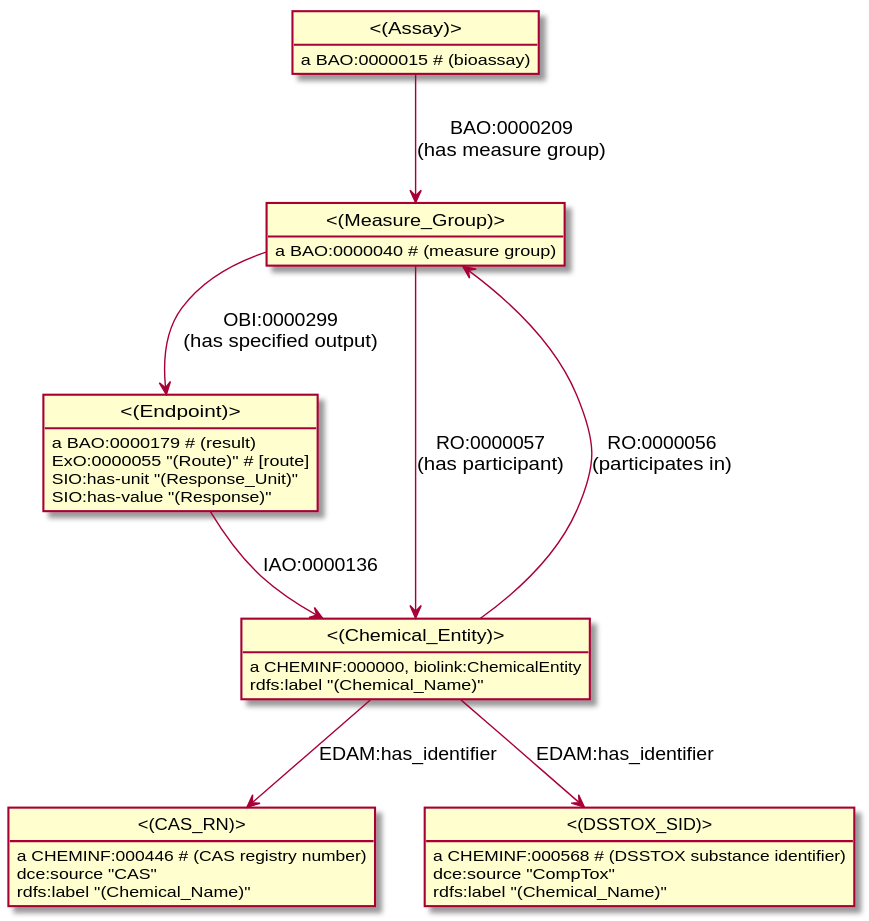
Earlier version of the PlantUML export puml/mapping_0.svg (biobricks-ai/biobricks-okg).
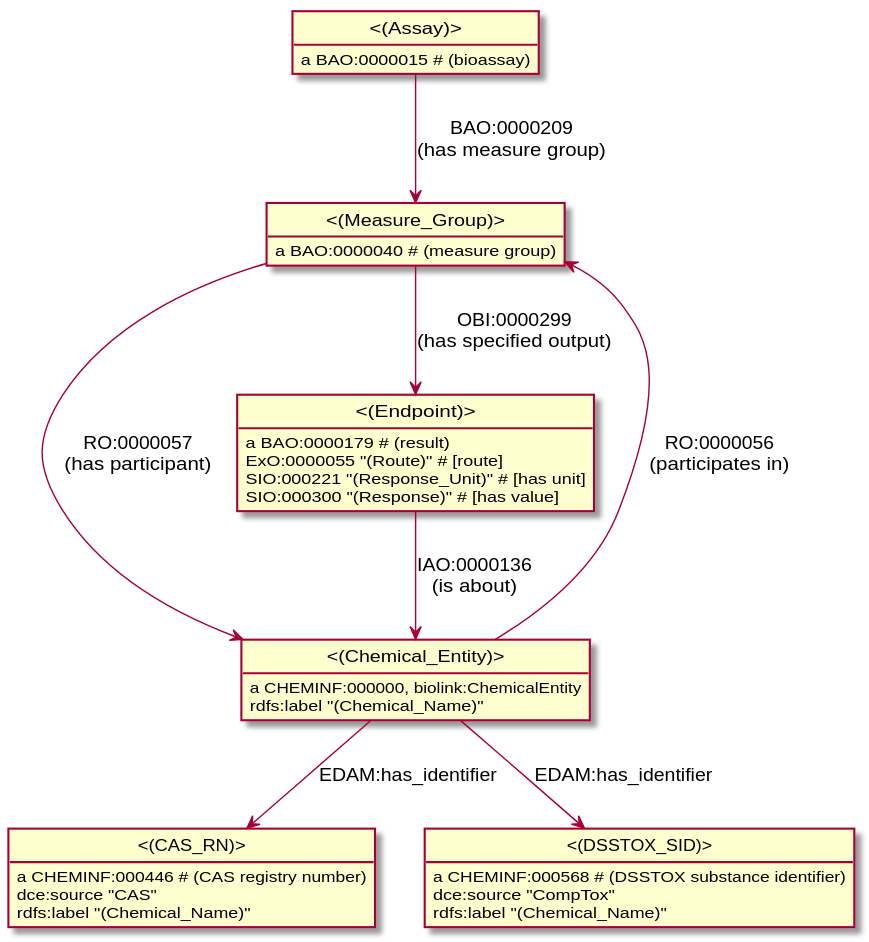
After the commit.

The edit, as a diff of the source:
```diff
@@ -6,27 +6,27 @@
 _Assay_ : {field} a BAO:0000015 # (bioassay)
 class _Measure_Group_ as "<(Measure_Group)>"
 _Assay_ -down-> _Measure_Group_ : BAO:0000209\n(has measure group)
+class _Chemical_Entity_ as "<(Chemical_Entity)>"
+_Chemical_Entity_ : {field} a CHEMINF:000000, biolink:ChemicalEntity
+class _CAS_RN_ as "<(CAS_RN)>"
+_Chemical_Entity_ -down-> _CAS_RN_ : EDAM:has_identifier
+class _DSSTOX_SID_ as "<(DSSTOX_SID)>"
+_Chemical_Entity_ -down-> _DSSTOX_SID_ : EDAM:has_identifier
+_Chemical_Entity_ -down-> _Measure_Group_ : RO:0000056\n(participates in)
+_Chemical_Entity_ : {field} rdfs:label "(Chemical_Name)"
+_CAS_RN_ : {field} a CHEMINF:000446 # (CAS registry number)
+_CAS_RN_ : {field} dce:source "CAS"
+_CAS_RN_ : {field} rdfs:label "(Chemical_Name)"
 _Measure_Group_ : {field} a BAO:0000040 # (measure group)
 class _Endpoint_ as "<(Endpoint)>"
 _Measure_Group_ -down-> _Endpoint_ : OBI:0000299\n(has specified output)
-class _Chemical_Entity_ as "<(Chemical_Entity)>"
 _Measure_Group_ -down-> _Chemical_Entity_ : RO:0000057\n(has participant)
-_Endpoint_ : {field} a BAO:0000179 # (result)
-_Endpoint_ -down-> _Chemical_Entity_ : IAO:0000136
-_Endpoint_ : {field} ExO:0000055 "(Route)" # [route]
-_Endpoint_ : {field} SIO:has-unit "(Response_Unit)"
-_Endpoint_ : {field} SIO:has-value "(Response)"
-class _CAS_RN_ as "<(CAS_RN)>"
-_CAS_RN_ : {field} a CHEMINF:000446 # (CAS registry number)
-_CAS_RN_ : {field} dce:source "CAS"
-_CAS_RN_ : {field} rdfs:label "(Chemical_Name)"
-_Chemical_Entity_ : {field} a CHEMINF:000000, biolink:ChemicalEntity
-_Chemical_Entity_ -down-> _Measure_Group_ : RO:0000056\n(participates in)
-_Chemical_Entity_ -down-> _CAS_RN_ : EDAM:has_identifier
-class _DSSTOX_SID_ as "<(DSSTOX_SID)>"
-_Chemical_Entity_ -down-> _DSSTOX_SID_ : EDAM:has_identifier
-_Chemical_Entity_ : {field} rdfs:label "(Chemical_Name)"
 _DSSTOX_SID_ : {field} a CHEMINF:000568 # (DSSTOX substance identifier)
 _DSSTOX_SID_ : {field} dce:source "CompTox"
 _DSSTOX_SID_ : {field} rdfs:label "(Chemical_Name)"
+_Endpoint_ : {field} a BAO:0000179 # (result)
+_Endpoint_ -down-> _Chemical_Entity_ : IAO:0000136\n(is about)
+_Endpoint_ : {field} ExO:0000055 "(Route)" # [route]
+_Endpoint_ : {field} SIO:000221 "(Response_Unit)" # [has unit]
+_Endpoint_ : {field} SIO:000300 "(Response)" # [has value]
 @enduml
```
